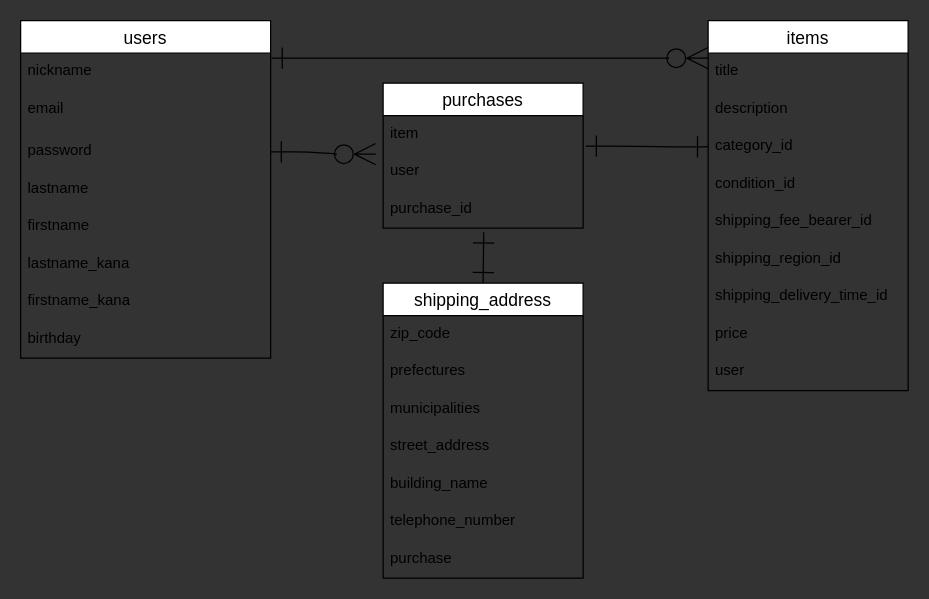
Tomogit2/furima-40768 keeps this draw.io diagram as ER.dio. Above is the earlier version. Source tidied: cells renumbered, new cells numbered last; positions are measured from the earlier drawing's top-left corner, leaving out a move shared by most shapes. Both pictures are drawn from the tidied source at 125%, with x=0, y=0 at pixel (20, 20).
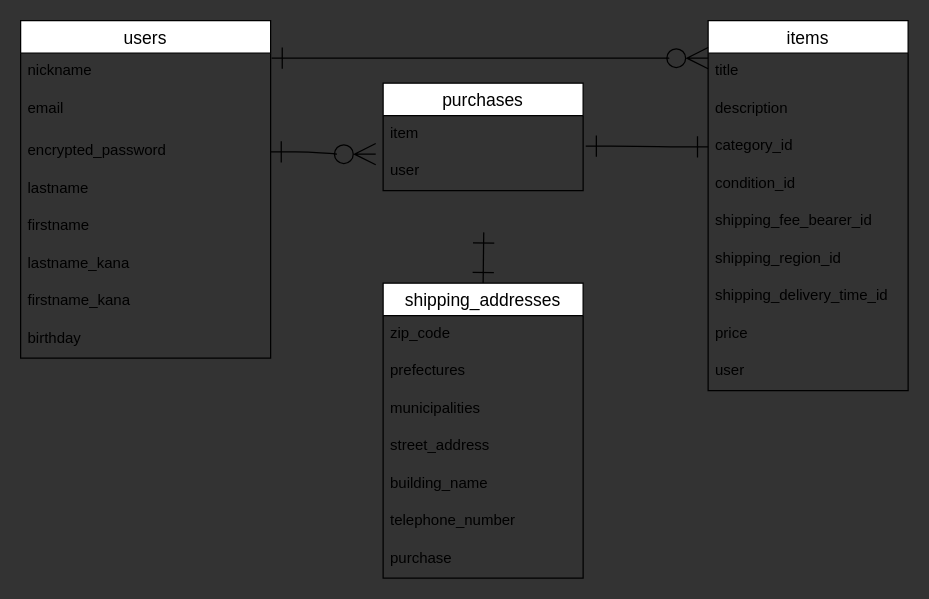
The same diagram, later.

The change refers to these unchanged cells:
```xml
<mxCell id="2" value="users" style="swimlane;fontStyle=0;horizontal=1;startSize=26;align=center;fontSize=14;" parent="1" vertex="1">
  <mxGeometry width="200" height="270" as="geometry" />
</mxCell>
```

The edit, as a diff of the source:
```diff
@@
-    <mxCell id="5" value="password" style="text;strokeColor=none;fillColor=none;spacingLeft=4;spacingRight=4;overflow=hidden;points=[[0,0.5],[1,0.5]];portConstraint=eastwest;fontSize=12;" parent="2" vertex="1">
+    <mxCell id="5" value="encrypted_password" style="text;strokeColor=none;fillColor=none;spacingLeft=4;spacingRight=4;overflow=hidden;points=[[0,0.5],[1,0.5]];portConstraint=eastwest;fontSize=12;" parent="2" vertex="1">
       <mxGeometry y="90" width="200" height="30" as="geometry" />
     </mxCell>
@@
     <mxCell id="21" value="purchases" style="swimlane;fontStyle=0;horizontal=1;startSize=26;align=center;fontSize=14;" parent="1" vertex="1">
-      <mxGeometry x="290" y="50" width="160" height="116" as="geometry" />
+      <mxGeometry x="290" y="50" width="160" height="86" as="geometry" />
     </mxCell>
@@
-    <mxCell id="24" value="purchase_id" style="text;strokeColor=none;fillColor=none;spacingLeft=4;spacingRight=4;overflow=hidden;points=[[0,0.5],[1,0.5]];portConstraint=eastwest;fontSize=12;" parent="21" vertex="1">
-      <mxGeometry y="86" width="160" height="30" as="geometry" />
-    </mxCell>
@@
-    <mxCell id="28" style="edgeStyle=none;html=1;exitX=0.5;exitY=0;exitDx=0;exitDy=0;entryX=0.503;entryY=1.113;entryDx=0;entryDy=0;entryPerimeter=0;startArrow=ERone;startFill=0;endArrow=ERone;endFill=0;startSize=15;endSize=15;sourcePerimeterSpacing=10;targetPerimeterSpacing=10;" parent="1" edge="1" source="29" target="24">
-      <mxGeometry relative="1" as="geometry" />
+    <mxCell id="28" style="edgeStyle=none;html=1;exitX=0.5;exitY=0;exitDx=0;exitDy=0;entryX=0.503;entryY=1.113;entryDx=0;entryDy=0;entryPerimeter=0;startArrow=ERone;startFill=0;endArrow=ERone;endFill=0;startSize=15;endSize=15;sourcePerimeterSpacing=10;targetPerimeterSpacing=10;" parent="1" edge="1" source="29">
+      <mxGeometry relative="1" as="geometry">
+        <mxPoint x="370.5" y="169.4" as="targetPoint" />
+      </mxGeometry>
     </mxCell>
-    <mxCell id="29" value="shipping_address" style="swimlane;fontStyle=0;horizontal=1;startSize=26;align=center;fontSize=14;" parent="1" vertex="1">
+    <mxCell id="29" value="shipping_addresses" style="swimlane;fontStyle=0;horizontal=1;startSize=26;align=center;fontSize=14;" parent="1" vertex="1">
       <mxGeometry x="290" y="210" width="160" height="236" as="geometry" />
     </mxCell>
```
